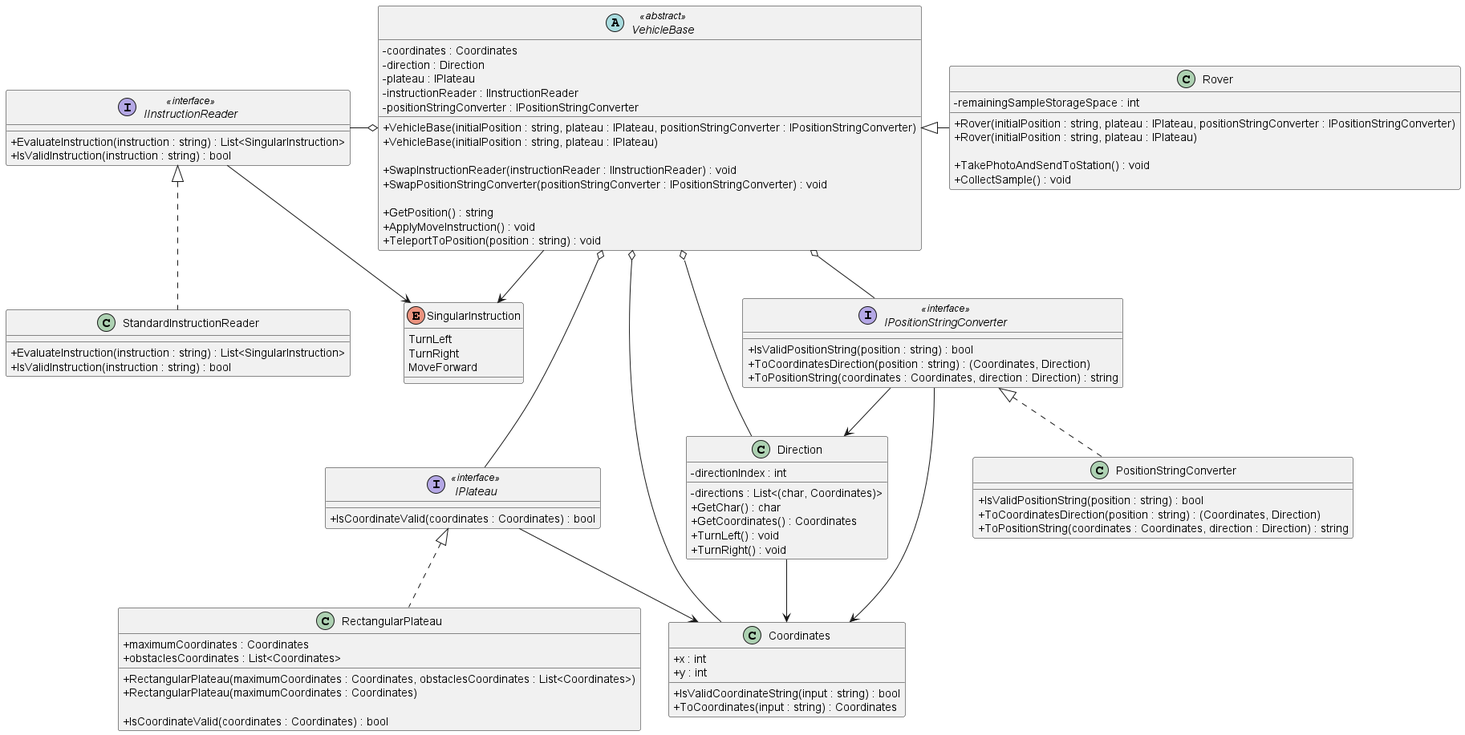
Earlier version of the PlantUML export puml/Mars Rover Challenge.png (iamfranco/MarsRoverChallenge).
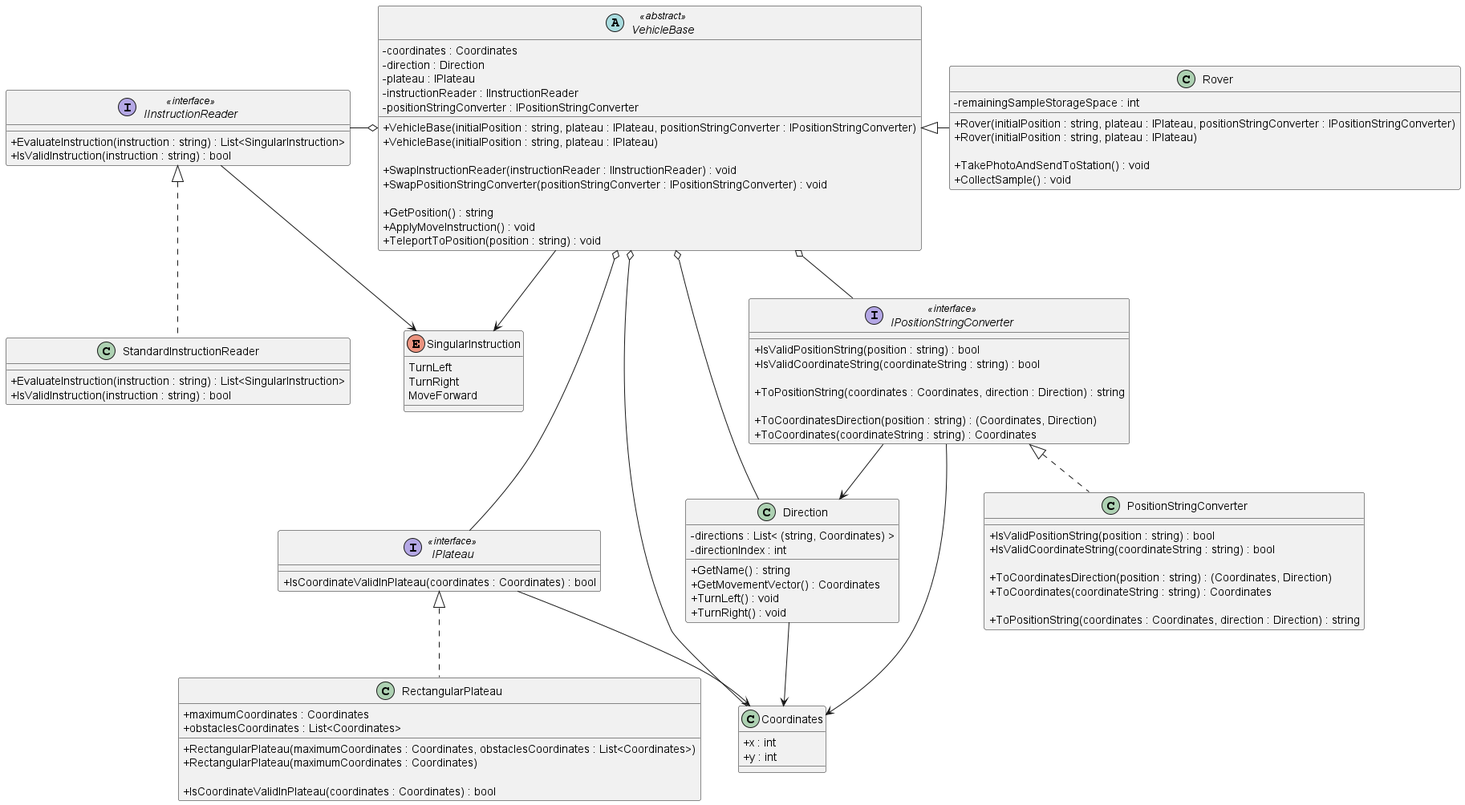
Above is the later version.

Commit message:
UML: move coordinate string validation to IPositionStringConverter

Change to the diagram source:
```diff
@@ -22,7 +22,7 @@
 
 interface IPlateau <<interface>>
 {
-  + IsCoordinateValid(coordinates : Coordinates) : bool
+  + IsCoordinateValidInPlateau(coordinates : Coordinates) : bool
 }
 
 class RectangularPlateau
@@ -33,25 +33,22 @@
   + RectangularPlateau(maximumCoordinates : Coordinates, obstaclesCoordinates : List<Coordinates>)
   + RectangularPlateau(maximumCoordinates : Coordinates)
 
-  + IsCoordinateValid(coordinates : Coordinates) : bool
+  + IsCoordinateValidInPlateau(coordinates : Coordinates) : bool
 }
 
 class Coordinates
 {
   + x : int
   + y : int
-
-  + IsValidCoordinateString(input : string) : bool
-  + ToCoordinates(input : string) : Coordinates
 }
 
 class Direction
 {
-  - directions : List<(char, Coordinates)>
+  - directions : List< &#40;string, Coordinates&#41; >
   - directionIndex : int
 
-  + GetChar() : char
-  + GetCoordinates() : Coordinates
+  + GetName() : string
+  + GetMovementVector() : Coordinates
   + TurnLeft() : void
   + TurnRight() : void
 }
@@ -59,14 +56,22 @@
 interface IPositionStringConverter <<interface>>
 {
   + IsValidPositionString(position : string) : bool
+  + IsValidCoordinateString(coordinateString : string) : bool
+
+  + ToPositionString(coordinates : Coordinates, direction : Direction) : string
+
   + ToCoordinatesDirection(position : string) : (Coordinates, Direction)
-  + ToPositionString(coordinates : Coordinates, direction : Direction) : string
+  + ToCoordinates(coordinateString : string) : Coordinates
 }
 
 class PositionStringConverter
 {
   + IsValidPositionString(position : string) : bool
+  + IsValidCoordinateString(coordinateString : string) : bool
+
   + ToCoordinatesDirection(position : string) : (Coordinates, Direction)
+  + ToCoordinates(coordinateString : string) : Coordinates
+
   + ToPositionString(coordinates : Coordinates, direction : Direction) : string
 }
 
```
